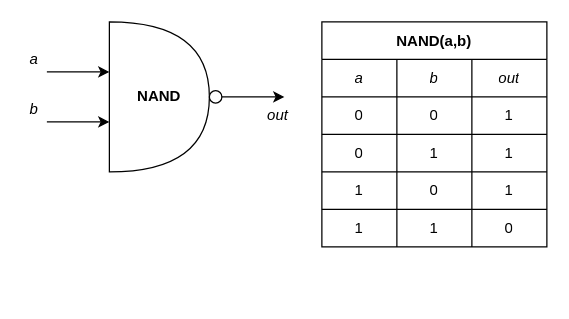
This is page "AND" (3 of 3) of diagrams.drawio from aaronmbos/nand2tetris, a draw.io file, before an edit. Source tidied: cells renumbered, new cells numbered last; positions are measured from the earlier drawing's top-left corner, leaving out a move shared by most shapes. Both pictures are drawn from the tidied source at 125%, with x=0, y=0 at pixel (21, 21).
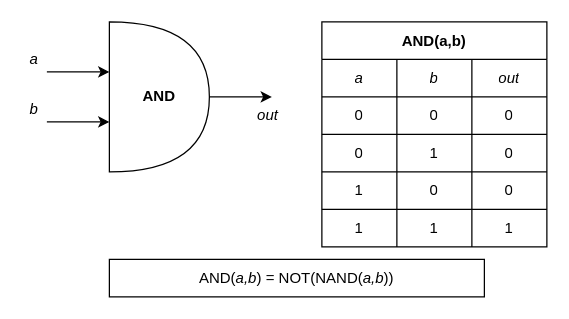
Above is the later version.

The change refers to these unchanged cells:
```xml
<mxCell id="7" style="shape=tableRow;horizontal=0;startSize=0;swimlaneHead=0;swimlaneBody=0;top=0;left=0;bottom=0;right=0;fillColor=none;" parent="2" vertex="1">
  <mxGeometry y="60" width="180" height="30" as="geometry" />
</mxCell>
<mxCell id="11" style="shape=tableRow;horizontal=0;startSize=0;swimlaneHead=0;swimlaneBody=0;top=0;left=0;bottom=0;right=0;fillColor=none;" parent="2" vertex="1">
  <mxGeometry y="90" width="180" height="30" as="geometry" />
</mxCell>
<mxCell id="15" style="shape=tableRow;horizontal=0;startSize=0;swimlaneHead=0;swimlaneBody=0;top=0;left=0;bottom=0;right=0;fillColor=none;" parent="2" vertex="1">
  <mxGeometry y="120" width="180" height="30" as="geometry" />
</mxCell>
<mxCell id="19" style="shape=tableRow;horizontal=0;startSize=0;swimlaneHead=0;swimlaneBody=0;top=0;left=0;bottom=0;right=0;fillColor=none;" parent="2" vertex="1">
  <mxGeometry y="150" width="180" height="30" as="geometry" />
</mxCell>
```

Change to the diagram source:
```diff
@@
-    <mxCell id="2" value="NAND(a,b)" style="shape=table;startSize=30;childLayout=tableLayout;fontFamily=JetBrains Mono;fontStyle=1;" parent="1" vertex="1">
+    <mxCell id="2" value="AND(a,b)" style="shape=table;startSize=30;childLayout=tableLayout;fontFamily=JetBrains Mono;fontStyle=1;" parent="1" vertex="1">
       <mxGeometry x="240" width="180" height="180" as="geometry" />
     </mxCell>
@@
-    <mxCell id="10" value="1" style="shape=partialRectangle;html=1;whiteSpace=wrap;overflow=hidden;fillColor=none;top=0;left=0;bottom=0;right=0;fontFamily=JetBrains Mono;" parent="7" vertex="1">
+    <mxCell id="10" value="0" style="shape=partialRectangle;html=1;whiteSpace=wrap;overflow=hidden;fillColor=none;top=0;left=0;bottom=0;right=0;fontFamily=JetBrains Mono;" parent="7" vertex="1">
       <mxGeometry x="120" width="60" height="30" as="geometry" />
     </mxCell>
@@
-    <mxCell id="14" value="1" style="shape=partialRectangle;html=1;whiteSpace=wrap;overflow=hidden;fillColor=none;top=0;left=0;bottom=0;right=0;fontFamily=JetBrains Mono;" parent="11" vertex="1">
+    <mxCell id="14" value="0" style="shape=partialRectangle;html=1;whiteSpace=wrap;overflow=hidden;fillColor=none;top=0;left=0;bottom=0;right=0;fontFamily=JetBrains Mono;" parent="11" vertex="1">
       <mxGeometry x="120" width="60" height="30" as="geometry" />
     </mxCell>
@@
-    <mxCell id="18" value="1" style="shape=partialRectangle;html=1;whiteSpace=wrap;overflow=hidden;fillColor=none;top=0;left=0;bottom=0;right=0;fontFamily=JetBrains Mono;" parent="15" vertex="1">
+    <mxCell id="18" value="0" style="shape=partialRectangle;html=1;whiteSpace=wrap;overflow=hidden;fillColor=none;top=0;left=0;bottom=0;right=0;fontFamily=JetBrains Mono;" parent="15" vertex="1">
       <mxGeometry x="120" width="60" height="30" as="geometry" />
     </mxCell>
@@
-    <mxCell id="22" value="0" style="shape=partialRectangle;html=1;whiteSpace=wrap;overflow=hidden;fillColor=none;top=0;left=0;bottom=0;right=0;fontFamily=JetBrains Mono;" parent="19" vertex="1">
+    <mxCell id="22" value="1" style="shape=partialRectangle;html=1;whiteSpace=wrap;overflow=hidden;fillColor=none;top=0;left=0;bottom=0;right=0;fontFamily=JetBrains Mono;" parent="19" vertex="1">
       <mxGeometry x="120" width="60" height="30" as="geometry" />
     </mxCell>
@@
-    <mxCell id="24" style="ellipse;whiteSpace=wrap;html=1;fontFamily=JetBrains Mono;" parent="1" vertex="1">
-      <mxGeometry x="150" y="55" width="10" height="10" as="geometry" />
-    </mxCell>
@@
-    <mxCell id="27" value="&lt;b&gt;NAND&lt;/b&gt;" style="text;html=1;strokeColor=none;fillColor=none;align=center;verticalAlign=middle;whiteSpace=wrap;rounded=0;fontFamily=JetBrains Mono;" parent="1" vertex="1">
+    <mxCell id="27" value="&lt;b&gt;AND&lt;/b&gt;" style="text;html=1;strokeColor=none;fillColor=none;align=center;verticalAlign=middle;whiteSpace=wrap;rounded=0;fontFamily=JetBrains Mono;" parent="1" vertex="1">
       <mxGeometry x="80" y="45" width="60" height="30" as="geometry" />
     </mxCell>
@@
     <mxCell id="30" value="&lt;i&gt;out&lt;/i&gt;" style="text;html=1;strokeColor=none;fillColor=none;align=center;verticalAlign=middle;whiteSpace=wrap;rounded=0;fontFamily=JetBrains Mono;" parent="1" vertex="1">
-      <mxGeometry x="185" y="65" width="40" height="20" as="geometry" />
+      <mxGeometry x="177" y="65" width="40" height="20" as="geometry" />
     </mxCell>
     <mxCell id="31" style="endArrow=classic;html=1;rounded=0;fontFamily=JetBrains Mono;" parent="1" edge="1">
       <mxGeometry relative="1" as="geometry">
-        <mxPoint x="160" y="60" as="sourcePoint" />
-        <mxPoint x="210" y="60" as="targetPoint" />
+        <mxPoint x="150" y="60" as="sourcePoint" />
+        <mxPoint x="200" y="60" as="targetPoint" />
       </mxGeometry>
     </mxCell>
+    <mxCell id="32" style="rounded=0;whiteSpace=wrap;html=1;" parent="1" vertex="1">
+      <mxGeometry x="70" y="190" width="300" height="30" as="geometry" />
+    </mxCell>
+    <mxCell id="33" value="&lt;font face=&quot;JetBrains Mono&quot;&gt;AND(&lt;i&gt;a,b&lt;/i&gt;) = NOT(NAND(&lt;i&gt;a,b&lt;/i&gt;))&lt;/font&gt;" style="text;html=1;strokeColor=none;fillColor=none;align=center;verticalAlign=middle;whiteSpace=wrap;rounded=0;" parent="1" vertex="1">
+      <mxGeometry x="80" y="190" width="280" height="30" as="geometry" />
+    </mxCell>
```
